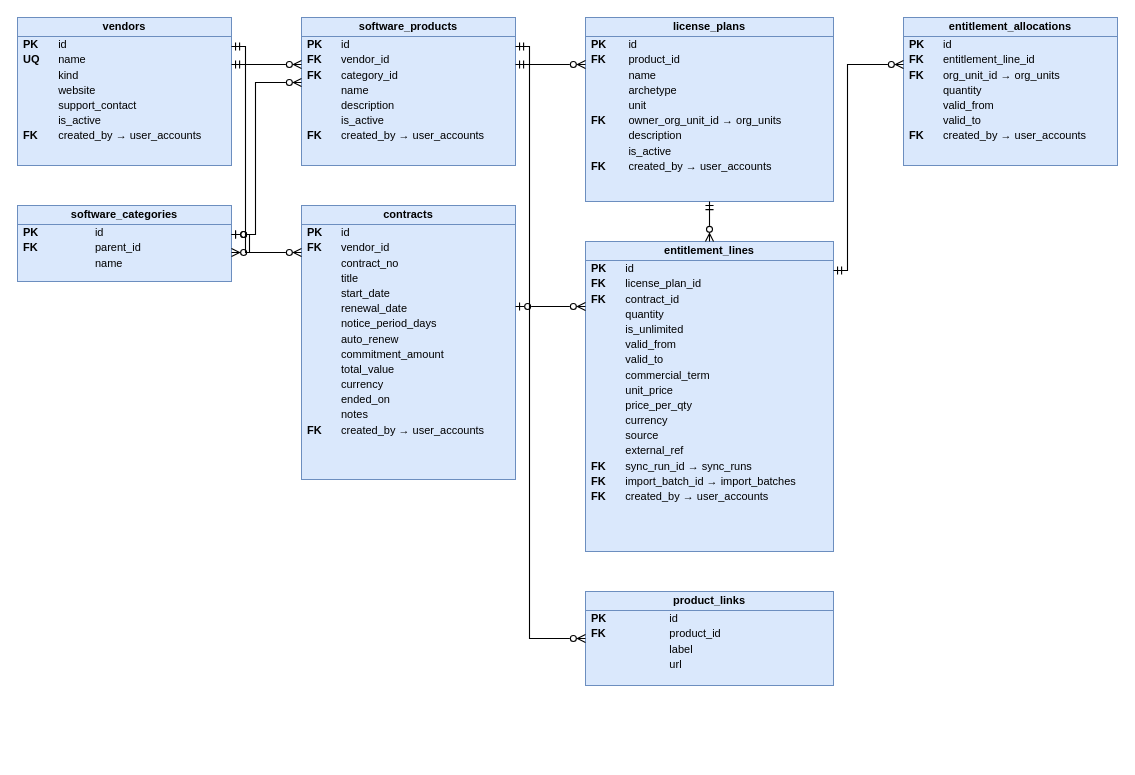
This is docs/database/diagrams/erd_license_catalog.drawio from cuonglpv/VFast, a draw.io file, before an edit. Source tidied: cells renumbered, new cells numbered last; positions are measured from the earlier drawing's top-left corner, leaving out a move shared by most shapes. Both pictures are drawn from the tidied source at 100%, with x=0, y=0 at pixel (17, 17).
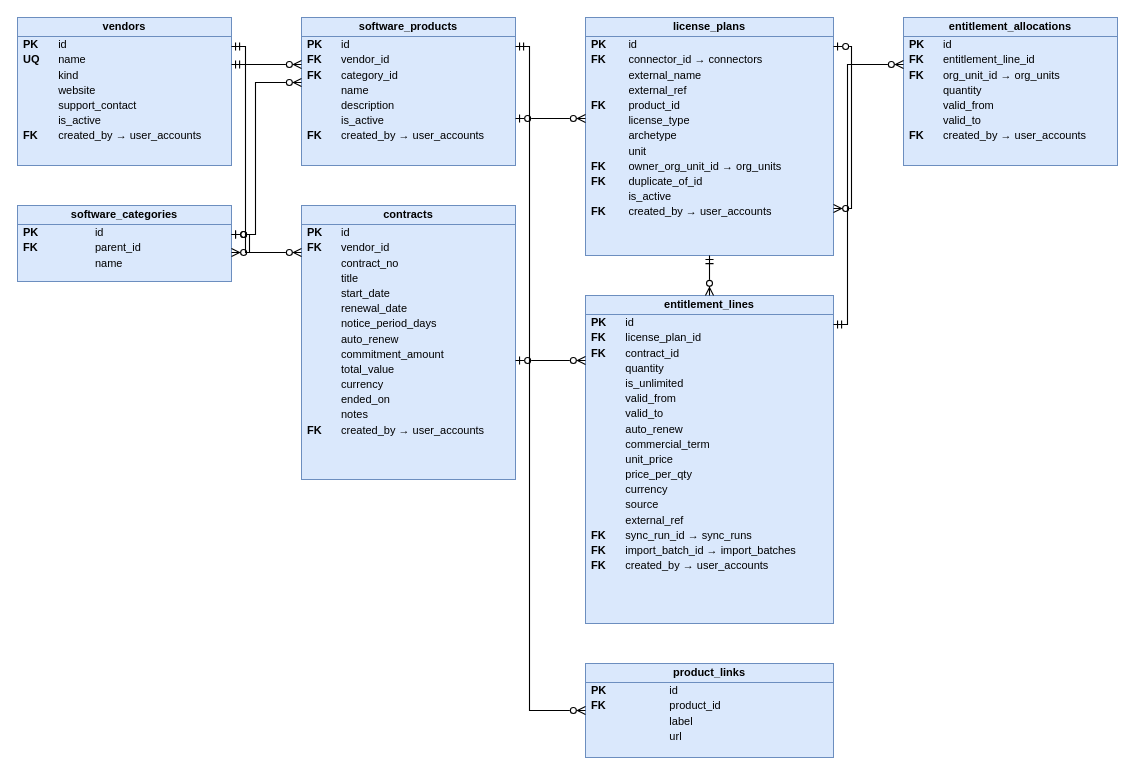
Above is the later version.

Change to the diagram source:
```diff
@@
-    <mxCell id="6" value="&lt;div style=&quot;font-weight:bold;text-align:center;padding:3px 0;border-bottom:1px solid #6C8EBF;&quot;&gt;license_plans&lt;/div&gt;&lt;table style=&quot;width:100%;font-size:11px;border-collapse:collapse;&quot;&gt;&lt;tr&gt;&lt;td style=&quot;padding:1px 8px 1px 6px;&quot;&gt;&lt;b&gt;PK&lt;/b&gt;&lt;/td&gt;&lt;td style=&quot;padding:1px 6px;&quot;&gt;id&lt;/td&gt;&lt;/tr&gt;&lt;tr&gt;&lt;td style=&quot;padding:1px 8px 1px 6px;&quot;&gt;&lt;b&gt;FK&lt;/b&gt;&lt;/td&gt;&lt;td style=&quot;padding:1px 6px;&quot;&gt;product_id&lt;/td&gt;&lt;/tr&gt;&lt;tr&gt;&lt;td style=&quot;padding:1px 8px 1px 6px;&quot;&gt;&lt;b&gt;&lt;/b&gt;&lt;/td&gt;&lt;td style=&quot;padding:1px 6px;&quot;&gt;name&lt;/td&gt;&lt;/tr&gt;&lt;tr&gt;&lt;td style=&quot;padding:1px 8px 1px 6px;&quot;&gt;&lt;b&gt;&lt;/b&gt;&lt;/td&gt;&lt;td style=&quot;padding:1px 6px;&quot;&gt;archetype&lt;/td&gt;&lt;/tr&gt;&lt;tr&gt;&lt;td style=&quot;padding:1px 8px 1px 6px;&quot;&gt;&lt;b&gt;&lt;/b&gt;&lt;/td&gt;&lt;td style=&quot;padding:1px 6px;&quot;&gt;unit&lt;/td&gt;&lt;/tr&gt;&lt;tr&gt;&lt;td style=&quot;padding:1px 8px 1px 6px;&quot;&gt;&lt;b&gt;FK&lt;/b&gt;&lt;/td&gt;&lt;td style=&quot;padding:1px 6px;&quot;&gt;owner_org_unit_id → org_units&lt;/td&gt;&lt;/tr&gt;&lt;tr&gt;&lt;td style=&quot;padding:1px 8px 1px 6px;&quot;&gt;&lt;b&gt;&lt;/b&gt;&lt;/td&gt;&lt;td style=&quot;padding:1px 6px;&quot;&gt;description&lt;/td&gt;&lt;/tr&gt;&lt;tr&gt;&lt;td style=&quot;padding:1px 8px 1px 6px;&quot;&gt;&lt;b&gt;&lt;/b&gt;&lt;/td&gt;&lt;td style=&quot;padding:1px 6px;&quot;&gt;is_active&lt;/td&gt;&lt;/tr&gt;&lt;tr&gt;&lt;td style=&quot;padding:1px 8px 1px 6px;&quot;&gt;&lt;b&gt;FK&lt;/b&gt;&lt;/td&gt;&lt;td style=&quot;padding:1px 6px;&quot;&gt;created_by → user_accounts&lt;/td&gt;&lt;/tr&gt;&lt;/table&gt;" style="rounded=0;whiteSpace=wrap;html=1;verticalAlign=top;align=left;spacing=0;overflow=fill;fillColor=#DAE8FC;strokeColor=#6C8EBF;fontSize=11;" parent="1" vertex="1">
-      <mxGeometry x="568" width="248" height="184" as="geometry" />
+    <mxCell id="6" value="&lt;div style=&quot;font-weight:bold;text-align:center;padding:3px 0;border-bottom:1px solid #6C8EBF;&quot;&gt;license_plans&lt;/div&gt;&lt;table style=&quot;width:100%;font-size:11px;border-collapse:collapse;&quot;&gt;&lt;tr&gt;&lt;td style=&quot;padding:1px 8px 1px 6px;&quot;&gt;&lt;b&gt;PK&lt;/b&gt;&lt;/td&gt;&lt;td style=&quot;padding:1px 6px;&quot;&gt;id&lt;/td&gt;&lt;/tr&gt;&lt;tr&gt;&lt;td style=&quot;padding:1px 8px 1px 6px;&quot;&gt;&lt;b&gt;FK&lt;/b&gt;&lt;/td&gt;&lt;td style=&quot;padding:1px 6px;&quot;&gt;connector_id → connectors&lt;/td&gt;&lt;/tr&gt;&lt;tr&gt;&lt;td style=&quot;padding:1px 8px 1px 6px;&quot;&gt;&lt;b&gt;&lt;/b&gt;&lt;/td&gt;&lt;td style=&quot;padding:1px 6px;&quot;&gt;external_name&lt;/td&gt;&lt;/tr&gt;&lt;tr&gt;&lt;td style=&quot;padding:1px 8px 1px 6px;&quot;&gt;&lt;b&gt;&lt;/b&gt;&lt;/td&gt;&lt;td style=&quot;padding:1px 6px;&quot;&gt;external_ref&lt;/td&gt;&lt;/tr&gt;&lt;tr&gt;&lt;td style=&quot;padding:1px 8px 1px 6px;&quot;&gt;&lt;b&gt;FK&lt;/b&gt;&lt;/td&gt;&lt;td style=&quot;padding:1px 6px;&quot;&gt;product_id&lt;/td&gt;&lt;/tr&gt;&lt;tr&gt;&lt;td style=&quot;padding:1px 8px 1px 6px;&quot;&gt;&lt;b&gt;&lt;/b&gt;&lt;/td&gt;&lt;td style=&quot;padding:1px 6px;&quot;&gt;license_type&lt;/td&gt;&lt;/tr&gt;&lt;tr&gt;&lt;td style=&quot;padding:1px 8px 1px 6px;&quot;&gt;&lt;b&gt;&lt;/b&gt;&lt;/td&gt;&lt;td style=&quot;padding:1px 6px;&quot;&gt;archetype&lt;/td&gt;&lt;/tr&gt;&lt;tr&gt;&lt;td style=&quot;padding:1px 8px 1px 6px;&quot;&gt;&lt;b&gt;&lt;/b&gt;&lt;/td&gt;&lt;td style=&quot;padding:1px 6px;&quot;&gt;unit&lt;/td&gt;&lt;/tr&gt;&lt;tr&gt;&lt;td style=&quot;padding:1px 8px 1px 6px;&quot;&gt;&lt;b&gt;FK&lt;/b&gt;&lt;/td&gt;&lt;td style=&quot;padding:1px 6px;&quot;&gt;owner_org_unit_id → org_units&lt;/td&gt;&lt;/tr&gt;&lt;tr&gt;&lt;td style=&quot;padding:1px 8px 1px 6px;&quot;&gt;&lt;b&gt;FK&lt;/b&gt;&lt;/td&gt;&lt;td style=&quot;padding:1px 6px;&quot;&gt;duplicate_of_id&lt;/td&gt;&lt;/tr&gt;&lt;tr&gt;&lt;td style=&quot;padding:1px 8px 1px 6px;&quot;&gt;&lt;b&gt;&lt;/b&gt;&lt;/td&gt;&lt;td style=&quot;padding:1px 6px;&quot;&gt;is_active&lt;/td&gt;&lt;/tr&gt;&lt;tr&gt;&lt;td style=&quot;padding:1px 8px 1px 6px;&quot;&gt;&lt;b&gt;FK&lt;/b&gt;&lt;/td&gt;&lt;td style=&quot;padding:1px 6px;&quot;&gt;created_by → user_accounts&lt;/td&gt;&lt;/tr&gt;&lt;/table&gt;" style="rounded=0;whiteSpace=wrap;html=1;verticalAlign=top;align=left;spacing=0;overflow=fill;fillColor=#DAE8FC;strokeColor=#6C8EBF;fontSize=11;" parent="1" vertex="1">
+      <mxGeometry x="568" width="248" height="238" as="geometry" />
     </mxCell>
-    <mxCell id="7" value="&lt;div style=&quot;font-weight:bold;text-align:center;padding:3px 0;border-bottom:1px solid #6C8EBF;&quot;&gt;entitlement_lines&lt;/div&gt;&lt;table style=&quot;width:100%;font-size:11px;border-collapse:collapse;&quot;&gt;&lt;tr&gt;&lt;td style=&quot;padding:1px 8px 1px 6px;&quot;&gt;&lt;b&gt;PK&lt;/b&gt;&lt;/td&gt;&lt;td style=&quot;padding:1px 6px;&quot;&gt;id&lt;/td&gt;&lt;/tr&gt;&lt;tr&gt;&lt;td style=&quot;padding:1px 8px 1px 6px;&quot;&gt;&lt;b&gt;FK&lt;/b&gt;&lt;/td&gt;&lt;td style=&quot;padding:1px 6px;&quot;&gt;license_plan_id&lt;/td&gt;&lt;/tr&gt;&lt;tr&gt;&lt;td style=&quot;padding:1px 8px 1px 6px;&quot;&gt;&lt;b&gt;FK&lt;/b&gt;&lt;/td&gt;&lt;td style=&quot;padding:1px 6px;&quot;&gt;contract_id&lt;/td&gt;&lt;/tr&gt;&lt;tr&gt;&lt;td style=&quot;padding:1px 8px 1px 6px;&quot;&gt;&lt;b&gt;&lt;/b&gt;&lt;/td&gt;&lt;td style=&quot;padding:1px 6px;&quot;&gt;quantity&lt;/td&gt;&lt;/tr&gt;&lt;tr&gt;&lt;td style=&quot;padding:1px 8px 1px 6px;&quot;&gt;&lt;b&gt;&lt;/b&gt;&lt;/td&gt;&lt;td style=&quot;padding:1px 6px;&quot;&gt;is_unlimited&lt;/td&gt;&lt;/tr&gt;&lt;tr&gt;&lt;td style=&quot;padding:1px 8px 1px 6px;&quot;&gt;&lt;b&gt;&lt;/b&gt;&lt;/td&gt;&lt;td style=&quot;padding:1px 6px;&quot;&gt;valid_from&lt;/td&gt;&lt;/tr&gt;&lt;tr&gt;&lt;td style=&quot;padding:1px 8px 1px 6px;&quot;&gt;&lt;b&gt;&lt;/b&gt;&lt;/td&gt;&lt;td style=&quot;padding:1px 6px;&quot;&gt;valid_to&lt;/td&gt;&lt;/tr&gt;&lt;tr&gt;&lt;td style=&quot;padding:1px 8px 1px 6px;&quot;&gt;&lt;b&gt;&lt;/b&gt;&lt;/td&gt;&lt;td style=&quot;padding:1px 6px;&quot;&gt;commercial_term&lt;/td&gt;&lt;/tr&gt;&lt;tr&gt;&lt;td style=&quot;padding:1px 8px 1px 6px;&quot;&gt;&lt;b&gt;&lt;/b&gt;&lt;/td&gt;&lt;td style=&quot;padding:1px 6px;&quot;&gt;unit_price&lt;/td&gt;&lt;/tr&gt;&lt;tr&gt;&lt;td style=&quot;padding:1px 8px 1px 6px;&quot;&gt;&lt;b&gt;&lt;/b&gt;&lt;/td&gt;&lt;td style=&quot;padding:1px 6px;&quot;&gt;price_per_qty&lt;/td&gt;&lt;/tr&gt;&lt;tr&gt;&lt;td style=&quot;padding:1px 8px 1px 6px;&quot;&gt;&lt;b&gt;&lt;/b&gt;&lt;/td&gt;&lt;td style=&quot;padding:1px 6px;&quot;&gt;currency&lt;/td&gt;&lt;/tr&gt;&lt;tr&gt;&lt;td style=&quot;padding:1px 8px 1px 6px;&quot;&gt;&lt;b&gt;&lt;/b&gt;&lt;/td&gt;&lt;td style=&quot;padding:1px 6px;&quot;&gt;source&lt;/td&gt;&lt;/tr&gt;&lt;tr&gt;&lt;td style=&quot;padding:1px 8px 1px 6px;&quot;&gt;&lt;b&gt;&lt;/b&gt;&lt;/td&gt;&lt;td style=&quot;padding:1px 6px;&quot;&gt;external_ref&lt;/td&gt;&lt;/tr&gt;&lt;tr&gt;&lt;td style=&quot;padding:1px 8px 1px 6px;&quot;&gt;&lt;b&gt;FK&lt;/b&gt;&lt;/td&gt;&lt;td style=&quot;padding:1px 6px;&quot;&gt;sync_run_id → sync_runs&lt;/td&gt;&lt;/tr&gt;&lt;tr&gt;&lt;td style=&quot;padding:1px 8px 1px 6px;&quot;&gt;&lt;b&gt;FK&lt;/b&gt;&lt;/td&gt;&lt;td style=&quot;padding:1px 6px;&quot;&gt;import_batch_id → import_batches&lt;/td&gt;&lt;/tr&gt;&lt;tr&gt;&lt;td style=&quot;padding:1px 8px 1px 6px;&quot;&gt;&lt;b&gt;FK&lt;/b&gt;&lt;/td&gt;&lt;td style=&quot;padding:1px 6px;&quot;&gt;created_by → user_accounts&lt;/td&gt;&lt;/tr&gt;&lt;/table&gt;" style="rounded=0;whiteSpace=wrap;html=1;verticalAlign=top;align=left;spacing=0;overflow=fill;fillColor=#DAE8FC;strokeColor=#6C8EBF;fontSize=11;" parent="1" vertex="1">
-      <mxGeometry x="568" y="224" width="248" height="310" as="geometry" />
+    <mxCell id="7" value="&lt;div style=&quot;font-weight:bold;text-align:center;padding:3px 0;border-bottom:1px solid #6C8EBF;&quot;&gt;entitlement_lines&lt;/div&gt;&lt;table style=&quot;width:100%;font-size:11px;border-collapse:collapse;&quot;&gt;&lt;tr&gt;&lt;td style=&quot;padding:1px 8px 1px 6px;&quot;&gt;&lt;b&gt;PK&lt;/b&gt;&lt;/td&gt;&lt;td style=&quot;padding:1px 6px;&quot;&gt;id&lt;/td&gt;&lt;/tr&gt;&lt;tr&gt;&lt;td style=&quot;padding:1px 8px 1px 6px;&quot;&gt;&lt;b&gt;FK&lt;/b&gt;&lt;/td&gt;&lt;td style=&quot;padding:1px 6px;&quot;&gt;license_plan_id&lt;/td&gt;&lt;/tr&gt;&lt;tr&gt;&lt;td style=&quot;padding:1px 8px 1px 6px;&quot;&gt;&lt;b&gt;FK&lt;/b&gt;&lt;/td&gt;&lt;td style=&quot;padding:1px 6px;&quot;&gt;contract_id&lt;/td&gt;&lt;/tr&gt;&lt;tr&gt;&lt;td style=&quot;padding:1px 8px 1px 6px;&quot;&gt;&lt;b&gt;&lt;/b&gt;&lt;/td&gt;&lt;td style=&quot;padding:1px 6px;&quot;&gt;quantity&lt;/td&gt;&lt;/tr&gt;&lt;tr&gt;&lt;td style=&quot;padding:1px 8px 1px 6px;&quot;&gt;&lt;b&gt;&lt;/b&gt;&lt;/td&gt;&lt;td style=&quot;padding:1px 6px;&quot;&gt;is_unlimited&lt;/td&gt;&lt;/tr&gt;&lt;tr&gt;&lt;td style=&quot;padding:1px 8px 1px 6px;&quot;&gt;&lt;b&gt;&lt;/b&gt;&lt;/td&gt;&lt;td style=&quot;padding:1px 6px;&quot;&gt;valid_from&lt;/td&gt;&lt;/tr&gt;&lt;tr&gt;&lt;td style=&quot;padding:1px 8px 1px 6px;&quot;&gt;&lt;b&gt;&lt;/b&gt;&lt;/td&gt;&lt;td style=&quot;padding:1px 6px;&quot;&gt;valid_to&lt;/td&gt;&lt;/tr&gt;&lt;tr&gt;&lt;td style=&quot;padding:1px 8px 1px 6px;&quot;&gt;&lt;b&gt;&lt;/b&gt;&lt;/td&gt;&lt;td style=&quot;padding:1px 6px;&quot;&gt;auto_renew&lt;/td&gt;&lt;/tr&gt;&lt;tr&gt;&lt;td style=&quot;padding:1px 8px 1px 6px;&quot;&gt;&lt;b&gt;&lt;/b&gt;&lt;/td&gt;&lt;td style=&quot;padding:1px 6px;&quot;&gt;commercial_term&lt;/td&gt;&lt;/tr&gt;&lt;tr&gt;&lt;td style=&quot;padding:1px 8px 1px 6px;&quot;&gt;&lt;b&gt;&lt;/b&gt;&lt;/td&gt;&lt;td style=&quot;padding:1px 6px;&quot;&gt;unit_price&lt;/td&gt;&lt;/tr&gt;&lt;tr&gt;&lt;td style=&quot;padding:1px 8px 1px 6px;&quot;&gt;&lt;b&gt;&lt;/b&gt;&lt;/td&gt;&lt;td style=&quot;padding:1px 6px;&quot;&gt;price_per_qty&lt;/td&gt;&lt;/tr&gt;&lt;tr&gt;&lt;td style=&quot;padding:1px 8px 1px 6px;&quot;&gt;&lt;b&gt;&lt;/b&gt;&lt;/td&gt;&lt;td style=&quot;padding:1px 6px;&quot;&gt;currency&lt;/td&gt;&lt;/tr&gt;&lt;tr&gt;&lt;td style=&quot;padding:1px 8px 1px 6px;&quot;&gt;&lt;b&gt;&lt;/b&gt;&lt;/td&gt;&lt;td style=&quot;padding:1px 6px;&quot;&gt;source&lt;/td&gt;&lt;/tr&gt;&lt;tr&gt;&lt;td style=&quot;padding:1px 8px 1px 6px;&quot;&gt;&lt;b&gt;&lt;/b&gt;&lt;/td&gt;&lt;td style=&quot;padding:1px 6px;&quot;&gt;external_ref&lt;/td&gt;&lt;/tr&gt;&lt;tr&gt;&lt;td style=&quot;padding:1px 8px 1px 6px;&quot;&gt;&lt;b&gt;FK&lt;/b&gt;&lt;/td&gt;&lt;td style=&quot;padding:1px 6px;&quot;&gt;sync_run_id → sync_runs&lt;/td&gt;&lt;/tr&gt;&lt;tr&gt;&lt;td style=&quot;padding:1px 8px 1px 6px;&quot;&gt;&lt;b&gt;FK&lt;/b&gt;&lt;/td&gt;&lt;td style=&quot;padding:1px 6px;&quot;&gt;import_batch_id → import_batches&lt;/td&gt;&lt;/tr&gt;&lt;tr&gt;&lt;td style=&quot;padding:1px 8px 1px 6px;&quot;&gt;&lt;b&gt;FK&lt;/b&gt;&lt;/td&gt;&lt;td style=&quot;padding:1px 6px;&quot;&gt;created_by → user_accounts&lt;/td&gt;&lt;/tr&gt;&lt;/table&gt;" style="rounded=0;whiteSpace=wrap;html=1;verticalAlign=top;align=left;spacing=0;overflow=fill;fillColor=#DAE8FC;strokeColor=#6C8EBF;fontSize=11;" parent="1" vertex="1">
+      <mxGeometry x="568" y="278" width="248" height="328" as="geometry" />
     </mxCell>
     <mxCell id="8" value="&lt;div style=&quot;font-weight:bold;text-align:center;padding:3px 0;border-bottom:1px solid #6C8EBF;&quot;&gt;product_links&lt;/div&gt;&lt;table style=&quot;width:100%;font-size:11px;border-collapse:collapse;&quot;&gt;&lt;tr&gt;&lt;td style=&quot;padding:1px 8px 1px 6px;&quot;&gt;&lt;b&gt;PK&lt;/b&gt;&lt;/td&gt;&lt;td style=&quot;padding:1px 6px;&quot;&gt;id&lt;/td&gt;&lt;/tr&gt;&lt;tr&gt;&lt;td style=&quot;padding:1px 8px 1px 6px;&quot;&gt;&lt;b&gt;FK&lt;/b&gt;&lt;/td&gt;&lt;td style=&quot;padding:1px 6px;&quot;&gt;product_id&lt;/td&gt;&lt;/tr&gt;&lt;tr&gt;&lt;td style=&quot;padding:1px 8px 1px 6px;&quot;&gt;&lt;b&gt;&lt;/b&gt;&lt;/td&gt;&lt;td style=&quot;padding:1px 6px;&quot;&gt;label&lt;/td&gt;&lt;/tr&gt;&lt;tr&gt;&lt;td style=&quot;padding:1px 8px 1px 6px;&quot;&gt;&lt;b&gt;&lt;/b&gt;&lt;/td&gt;&lt;td style=&quot;padding:1px 6px;&quot;&gt;url&lt;/td&gt;&lt;/tr&gt;&lt;/table&gt;" style="rounded=0;whiteSpace=wrap;html=1;verticalAlign=top;align=left;spacing=0;overflow=fill;fillColor=#DAE8FC;strokeColor=#6C8EBF;fontSize=11;" parent="1" vertex="1">
-      <mxGeometry x="568" y="574" width="248" height="94" as="geometry" />
+      <mxGeometry x="568" y="646" width="248" height="94" as="geometry" />
     </mxCell>
@@
     <mxCell id="12" style="html=1;rounded=0;endArrow=ERzeroToMany;endFill=0;startArrow=ERzeroToOne;startFill=0;strokeColor=#000000;strokeWidth=1.1;" parent="1" edge="1">
       <mxGeometry relative="1" as="geometry">
         <mxPoint x="214" y="217" as="sourcePoint" />
-        <mxPoint x="284" y="65" as="targetPoint" />
+        <mxPoint x="214" y="235" as="targetPoint" />
         <Array as="points">
-          <mxPoint x="238" y="217" />
-          <mxPoint x="238" y="65" />
+          <mxPoint x="232" y="217" />
+          <mxPoint x="232" y="235" />
         </Array>
       </mxGeometry>
     </mxCell>
     <mxCell id="13" style="html=1;rounded=0;endArrow=ERzeroToMany;endFill=0;startArrow=ERzeroToOne;startFill=0;strokeColor=#000000;strokeWidth=1.1;" parent="1" edge="1">
       <mxGeometry relative="1" as="geometry">
         <mxPoint x="214" y="217" as="sourcePoint" />
-        <mxPoint x="214" y="235" as="targetPoint" />
+        <mxPoint x="284" y="65" as="targetPoint" />
         <Array as="points">
-          <mxPoint x="232" y="217" />
-          <mxPoint x="232" y="235" />
+          <mxPoint x="238" y="217" />
+          <mxPoint x="238" y="65" />
         </Array>
       </mxGeometry>
     </mxCell>
-    <mxCell id="14" style="html=1;rounded=0;endArrow=ERzeroToMany;endFill=0;startArrow=ERmandOne;startFill=0;strokeColor=#000000;strokeWidth=1.1;" parent="1" edge="1">
+    <mxCell id="14" style="html=1;rounded=0;endArrow=ERzeroToMany;endFill=0;startArrow=ERzeroToOne;startFill=0;strokeColor=#000000;strokeWidth=1.1;" parent="1" edge="1">
       <mxGeometry relative="1" as="geometry">
-        <mxPoint x="498" y="29" as="sourcePoint" />
-        <mxPoint x="568" y="621" as="targetPoint" />
-        <Array as="points">
-          <mxPoint x="512" y="29" />
-          <mxPoint x="512" y="621" />
-        </Array>
+        <mxPoint x="498" y="101" as="sourcePoint" />
+        <mxPoint x="568" y="101" as="targetPoint" />
       </mxGeometry>
     </mxCell>
     <mxCell id="15" style="html=1;rounded=0;endArrow=ERzeroToMany;endFill=0;startArrow=ERmandOne;startFill=0;strokeColor=#000000;strokeWidth=1.1;" parent="1" edge="1">
       <mxGeometry relative="1" as="geometry">
-        <mxPoint x="498" y="47" as="sourcePoint" />
-        <mxPoint x="568" y="47" as="targetPoint" />
+        <mxPoint x="498" y="29" as="sourcePoint" />
+        <mxPoint x="568" y="693" as="targetPoint" />
+        <Array as="points">
+          <mxPoint x="512" y="29" />
+          <mxPoint x="512" y="693" />
+        </Array>
       </mxGeometry>
     </mxCell>
     <mxCell id="16" style="html=1;rounded=0;endArrow=ERzeroToMany;endFill=0;startArrow=ERzeroToOne;startFill=0;strokeColor=#000000;strokeWidth=1.1;" parent="1" edge="1">
       <mxGeometry relative="1" as="geometry">
-        <mxPoint x="498" y="289" as="sourcePoint" />
-        <mxPoint x="568" y="289" as="targetPoint" />
+        <mxPoint x="498" y="343" as="sourcePoint" />
+        <mxPoint x="568" y="343" as="targetPoint" />
       </mxGeometry>
     </mxCell>
     <mxCell id="17" style="html=1;rounded=0;endArrow=ERzeroToMany;endFill=0;startArrow=ERmandOne;startFill=0;strokeColor=#000000;strokeWidth=1.1;" parent="1" edge="1">
       <mxGeometry relative="1" as="geometry">
-        <mxPoint x="692" y="184" as="sourcePoint" />
-        <mxPoint x="692" y="224" as="targetPoint" />
+        <mxPoint x="692" y="238" as="sourcePoint" />
+        <mxPoint x="692" y="278" as="targetPoint" />
       </mxGeometry>
     </mxCell>
-    <mxCell id="18" style="html=1;rounded=0;endArrow=ERzeroToMany;endFill=0;startArrow=ERmandOne;startFill=0;strokeColor=#000000;strokeWidth=1.1;" parent="1" edge="1">
+    <mxCell id="18" style="html=1;rounded=0;endArrow=ERzeroToMany;endFill=0;startArrow=ERzeroToOne;startFill=0;strokeColor=#000000;strokeWidth=1.1;" parent="1" edge="1">
       <mxGeometry relative="1" as="geometry">
-        <mxPoint x="816" y="253" as="sourcePoint" />
-        <mxPoint x="886" y="47" as="targetPoint" />
+        <mxPoint x="816" y="29" as="sourcePoint" />
+        <mxPoint x="816" y="191" as="targetPoint" />
         <Array as="points">
-          <mxPoint x="830" y="253" />
-          <mxPoint x="830" y="47" />
+          <mxPoint x="834" y="29" />
+          <mxPoint x="834" y="191" />
         </Array>
       </mxGeometry>
     </mxCell>
+    <mxCell id="19" style="html=1;rounded=0;endArrow=ERzeroToMany;endFill=0;startArrow=ERmandOne;startFill=0;strokeColor=#000000;strokeWidth=1.1;" parent="1" edge="1">
+      <mxGeometry relative="1" as="geometry">
+        <mxPoint x="816" y="307" as="sourcePoint" />
+        <mxPoint x="886" y="47" as="targetPoint" />
+        <Array as="points">
+          <mxPoint x="830" y="307" />
+          <mxPoint x="830" y="47" />
+        </Array>
+      </mxGeometry>
+    </mxCell>
```
